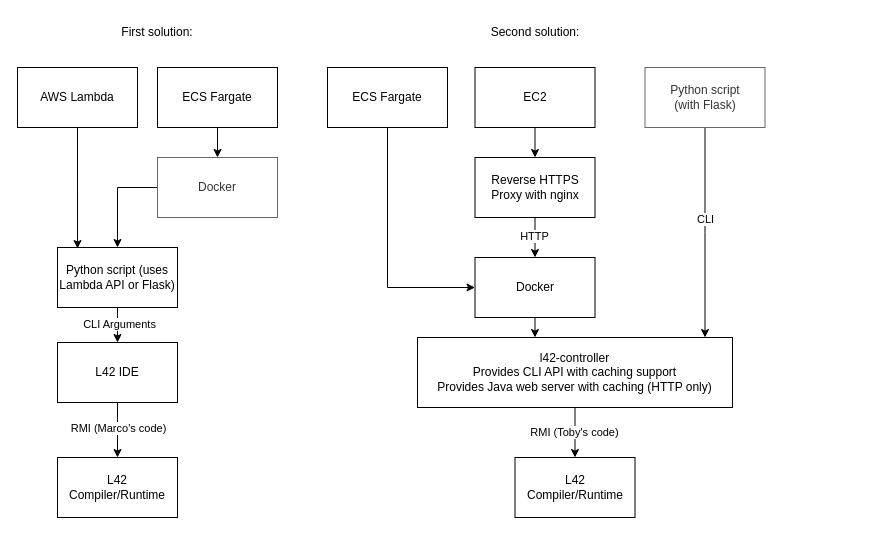
Before: docs/Architecture.drawio in printfn/master-project, a draw.io diagram. Source tidied: cells renumbered, new cells numbered last; positions are measured from the earlier drawing's top-left corner, leaving out a move shared by most shapes. Both pictures are drawn from the tidied source at 100%, with x=0, y=0 at pixel (17, 17).
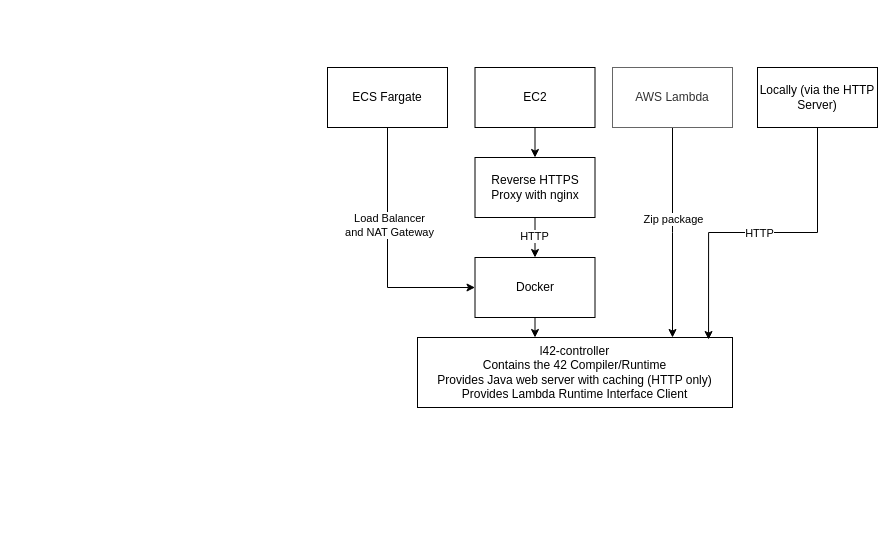
After the change.

Commit message (it also covers changes not shown here):
Test deployment to ecs fargate

The change refers to these unchanged cells:
```xml
<mxCell id="31" style="edgeStyle=orthogonalEdgeStyle;rounded=0;jettySize=auto;html=1;exitX=0.5;exitY=1;exitDx=0;exitDy=0;entryX=0;entryY=0.5;entryDx=0;entryDy=0;" parent="1" edge="1" source="32" target="21">
  <mxGeometry relative="1" as="geometry" />
</mxCell>
```

The edit, as a diff of the source:
```diff
@@
-    <mxCell id="2" value="First solution:" style="text;html=1;strokeColor=none;fillColor=none;align=center;verticalAlign=middle;whiteSpace=wrap;rounded=0;" parent="1" vertex="1">
-      <mxGeometry x="50" width="180" height="30" as="geometry" />
-    </mxCell>
-    <mxCell id="3" style="edgeStyle=orthogonalEdgeStyle;rounded=0;jettySize=auto;html=1;exitX=0.5;exitY=1;exitDx=0;exitDy=0;entryX=0.5;entryY=0;entryDx=0;entryDy=0;" parent="1" edge="1" source="5" target="8">
-      <mxGeometry relative="1" as="geometry" />
-    </mxCell>
-    <mxCell id="4" value="CLI Arguments" style="edgeLabel;html=1;align=center;verticalAlign=middle;" parent="3" vertex="1">
-      <mxGeometry x="-0.07" y="1" relative="1" as="geometry" />
-    </mxCell>
-    <mxCell id="5" value="Python script (uses Lambda API or Flask)" style="rounded=0;whiteSpace=wrap;html=1;" parent="1" vertex="1">
-      <mxGeometry x="40" y="230" width="120" height="60" as="geometry" />
-    </mxCell>
-    <mxCell id="6" style="edgeStyle=orthogonalEdgeStyle;rounded=0;jettySize=auto;html=1;exitX=0.5;exitY=1;exitDx=0;exitDy=0;entryX=0.5;entryY=0;entryDx=0;entryDy=0;" parent="1" edge="1" source="8" target="9">
-      <mxGeometry relative="1" as="geometry" />
-    </mxCell>
-    <mxCell id="7" value="RMI (Marco's code)" style="edgeLabel;html=1;align=center;verticalAlign=middle;" parent="6" vertex="1">
-      <mxGeometry x="0.09" y="2" relative="1" as="geometry">
-        <mxPoint x="-2" y="-5" as="offset" />
-      </mxGeometry>
-    </mxCell>
-    <mxCell id="8" value="L42 IDE" style="rounded=0;whiteSpace=wrap;html=1;" parent="1" vertex="1">
-      <mxGeometry x="40" y="325" width="120" height="60" as="geometry" />
-    </mxCell>
-    <mxCell id="9" value="L42 Compiler/Runtime" style="rounded=0;whiteSpace=wrap;html=1;" parent="1" vertex="1">
-      <mxGeometry x="40" y="440" width="120" height="60" as="geometry" />
-    </mxCell>
-    <mxCell id="10" style="edgeStyle=orthogonalEdgeStyle;rounded=0;jettySize=auto;html=1;exitX=0;exitY=0.5;exitDx=0;exitDy=0;entryX=0.5;entryY=0;entryDx=0;entryDy=0;" parent="1" edge="1" source="11" target="5">
-      <mxGeometry relative="1" as="geometry" />
-    </mxCell>
-    <mxCell id="11" value="Docker" style="rounded=0;whiteSpace=wrap;html=1;fillColor=default;fontColor=#333333;strokeColor=#666666;" parent="1" vertex="1">
-      <mxGeometry x="140" y="140" width="120" height="60" as="geometry" />
-    </mxCell>
-    <mxCell id="12" value="Second solution:" style="text;html=1;strokeColor=none;fillColor=none;align=center;verticalAlign=middle;whiteSpace=wrap;rounded=0;" parent="1" vertex="1">
-      <mxGeometry x="427.5" width="180" height="30" as="geometry" />
-    </mxCell>
-    <mxCell id="13" value="L42 Compiler/Runtime" style="rounded=0;whiteSpace=wrap;html=1;" parent="1" vertex="1">
-      <mxGeometry x="497.5" y="440" width="120" height="60" as="geometry" />
-    </mxCell>
-    <mxCell id="14" style="edgeStyle=orthogonalEdgeStyle;rounded=0;jettySize=auto;html=1;exitX=0.5;exitY=1;exitDx=0;exitDy=0;entryX=0.5;entryY=0;entryDx=0;entryDy=0;" parent="1" edge="1" source="16" target="13">
-      <mxGeometry relative="1" as="geometry" />
-    </mxCell>
-    <mxCell id="15" value="RMI (Toby's code)" style="edgeLabel;html=1;align=center;verticalAlign=middle;" parent="14" vertex="1">
-      <mxGeometry x="-0.06" y="-1" relative="1" as="geometry" />
-    </mxCell>
-    <mxCell id="16" value="&lt;div&gt;l42-controller&lt;/div&gt;&lt;div&gt;Provides CLI API with caching support&lt;br&gt;&lt;/div&gt;Provides Java web server with caching (HTTP only)" style="rounded=0;whiteSpace=wrap;html=1;" parent="1" vertex="1">
+    <mxCell id="16" value="&lt;div&gt;l42-controller&lt;/div&gt;&lt;div&gt;Contains the 42 Compiler/Runtime&lt;/div&gt;&lt;div&gt;Provides Java web server with caching (HTTP only)&lt;/div&gt;&lt;div&gt;Provides Lambda Runtime Interface Client&lt;br&gt;&lt;/div&gt;" style="rounded=0;whiteSpace=wrap;html=1;" parent="1" vertex="1">
       <mxGeometry x="400" y="320" width="315" height="70" as="geometry" />
     </mxCell>
     <mxCell id="17" style="edgeStyle=orthogonalEdgeStyle;rounded=0;jettySize=auto;html=1;exitX=0.5;exitY=1;exitDx=0;exitDy=0;" parent="1" edge="1" source="19">
       <mxGeometry relative="1" as="geometry">
-        <mxPoint x="687.5" y="320" as="targetPoint" />
+        <mxPoint x="655" y="320" as="targetPoint" />
       </mxGeometry>
     </mxCell>
-    <mxCell id="18" value="CLI" style="edgeLabel;html=1;align=center;verticalAlign=middle;" parent="17" vertex="1">
+    <mxCell id="18" value="Zip package" style="edgeLabel;html=1;align=center;verticalAlign=middle;" parent="17" vertex="1">
       <mxGeometry x="-0.12" y="2" relative="1" as="geometry">
         <mxPoint x="-2" y="-2" as="offset" />
       </mxGeometry>
     </mxCell>
-    <mxCell id="19" value="&lt;div&gt;Python script&lt;/div&gt;&lt;div&gt;(with Flask)&lt;/div&gt;" style="rounded=0;whiteSpace=wrap;html=1;fillColor=default;fontColor=#333333;strokeColor=#666666;" parent="1" vertex="1">
-      <mxGeometry x="627.5" y="50" width="120" height="60" as="geometry" />
+    <mxCell id="19" value="AWS Lambda" style="rounded=0;whiteSpace=wrap;html=1;fillColor=default;fontColor=#333333;strokeColor=#666666;" parent="1" vertex="1">
+      <mxGeometry x="595" y="50" width="120" height="60" as="geometry" />
     </mxCell>
@@
-    <mxCell id="27" style="edgeStyle=orthogonalEdgeStyle;rounded=0;jettySize=auto;html=1;exitX=0.5;exitY=1;exitDx=0;exitDy=0;entryX=0.167;entryY=0.017;entryDx=0;entryDy=0;entryPerimeter=0;" parent="1" edge="1" source="28" target="5">
-      <mxGeometry relative="1" as="geometry" />
-    </mxCell>
-    <mxCell id="28" value="AWS Lambda" style="rounded=0;whiteSpace=wrap;html=1;fillColor=default;" parent="1" vertex="1">
-      <mxGeometry y="50" width="120" height="60" as="geometry" />
-    </mxCell>
-    <mxCell id="29" style="edgeStyle=orthogonalEdgeStyle;rounded=0;jettySize=auto;html=1;exitX=0.5;exitY=1;exitDx=0;exitDy=0;entryX=0.5;entryY=0;entryDx=0;entryDy=0;" parent="1" edge="1" source="30" target="11">
-      <mxGeometry relative="1" as="geometry" />
-    </mxCell>
-    <mxCell id="30" value="ECS Fargate" style="rounded=0;whiteSpace=wrap;html=1;fillColor=default;" parent="1" vertex="1">
-      <mxGeometry x="140" y="50" width="120" height="60" as="geometry" />
-    </mxCell>
@@
+    <mxCell id="33" value="Load Balancer&lt;br&gt;and NAT Gateway" style="edgeLabel;html=1;align=center;verticalAlign=middle;" parent="31" vertex="1">
+      <mxGeometry x="-0.22" y="1" relative="1" as="geometry" />
+    </mxCell>
@@
+    <mxCell id="34" style="edgeStyle=orthogonalEdgeStyle;rounded=0;jettySize=auto;html=1;exitX=0.5;exitY=1;exitDx=0;exitDy=0;entryX=0.924;entryY=0.029;entryDx=0;entryDy=0;entryPerimeter=0;" parent="1" edge="1" source="36" target="16">
+      <mxGeometry relative="1" as="geometry" />
+    </mxCell>
+    <mxCell id="35" value="HTTP" style="edgeLabel;html=1;align=center;verticalAlign=middle;" parent="34" vertex="1">
+      <mxGeometry x="0.02" relative="1" as="geometry" />
+    </mxCell>
+    <mxCell id="36" value="Locally (via the HTTP Server)" style="rounded=0;whiteSpace=wrap;html=1;" parent="1" vertex="1">
+      <mxGeometry x="740" y="50" width="120" height="60" as="geometry" />
+    </mxCell>
```
